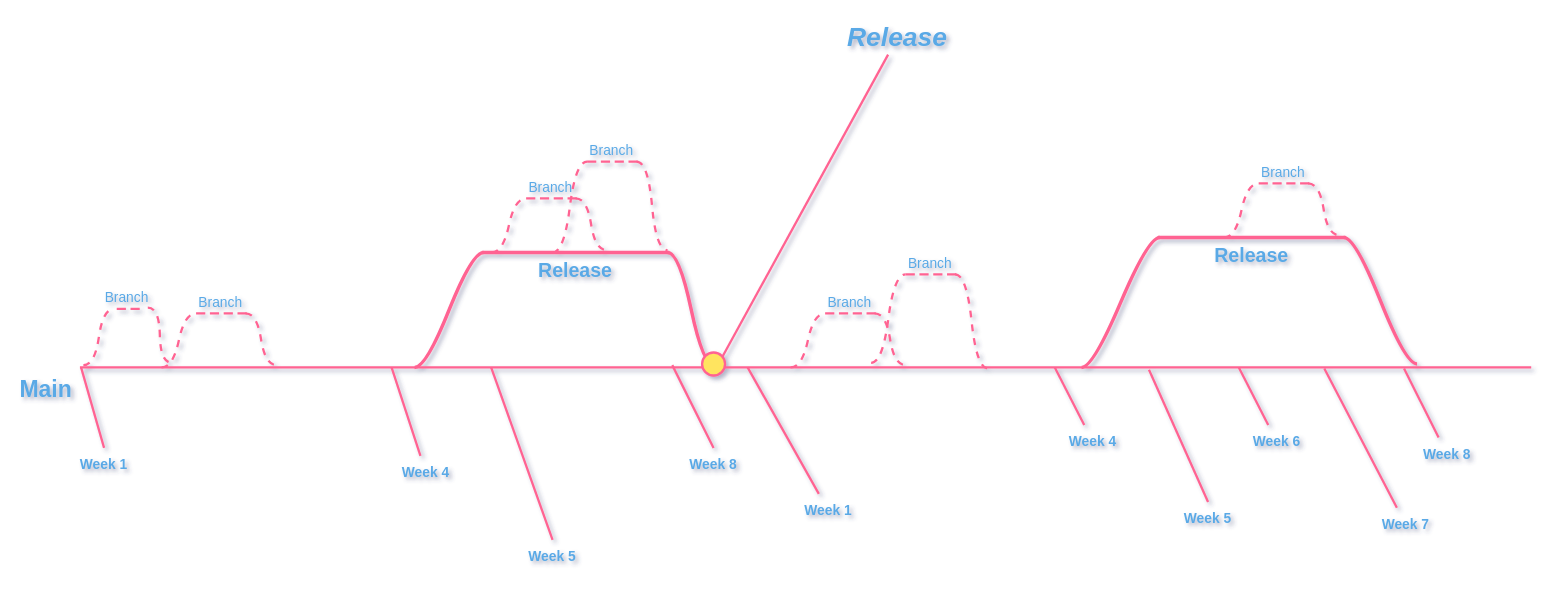
Above: release_schedule.drawio in j-motley/joy-lab (draw.io), before the change. Source tidied: cells renumbered, new cells numbered last; positions are measured from the earlier drawing's top-left corner, leaving out a move shared by most shapes. Both pictures are drawn from the tidied source at 115%, with x=0, y=0 at pixel (69, 20).
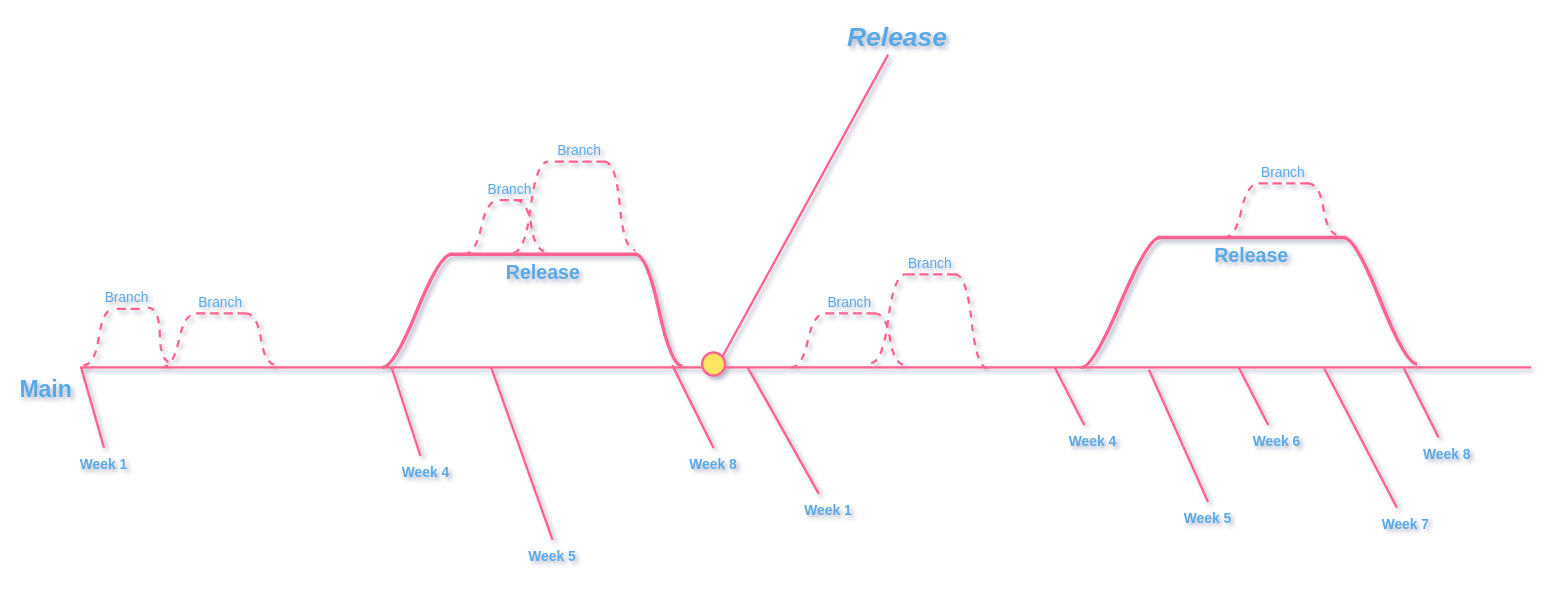
Above is the later version.

The change refers to these unchanged cells:
```xml
<mxCell id="53" style="ellipse;whiteSpace=wrap;html=1;shapeInside=1;strokeColor=light-dark(#FF6392,#0000FF);fontColor=#5AA9E6;fillColor=light-dark(#FFE45E,#00FF00);labelBackgroundColor=none;rounded=1;strokeWidth=2;" parent="1" vertex="1">
  <mxGeometry x="550" y="289" width="20" height="20" as="geometry" />
</mxCell>
```

What changed in the source:
```diff
@@
     <mxCell id="3" value="&lt;b&gt;&lt;font style=&quot;font-size: 17px;&quot;&gt;Release&lt;/font&gt;&lt;/b&gt;" style="whiteSpace=wrap;html=1;shape=partialRectangle;top=0;left=0;bottom=1;right=0;points=[[0,1],[1,1]];fillColor=none;align=center;verticalAlign=top;routingCenterY=0.5;snapToPoint=1;newEdgeStyle={&quot;edgeStyle&quot;:&quot;entityRelationEdgeStyle&quot;,&quot;startArrow&quot;:&quot;none&quot;,&quot;endArrow&quot;:&quot;none&quot;,&quot;segment&quot;:10,&quot;curved&quot;:1,&quot;sourcePerimeterSpacing&quot;:0,&quot;targetPerimeterSpacing&quot;:0};strokeWidth=3;labelBackgroundColor=none;strokeColor=#FF6392;fontColor=#5AA9E6;labelPosition=center;verticalLabelPosition=bottom;rounded=1;" parent="1" vertex="1">
-      <mxGeometry x="360" y="172" width="160" height="30" as="geometry" />
+      <mxGeometry x="332" y="170.5" width="160" height="33" as="geometry" />
     </mxCell>
     <mxCell id="4" style="edgeStyle=entityRelationEdgeStyle;startArrow=none;endArrow=none;segment=10;curved=1;sourcePerimeterSpacing=0;targetPerimeterSpacing=0;rounded=1;strokeWidth=3;labelBackgroundColor=none;fontColor=default;strokeColor=#FF6392;exitX=0.248;exitY=1;exitDx=0;exitDy=0;exitPerimeter=0;entryX=0;entryY=1;entryDx=0;entryDy=0;" parent="1" edge="1" target="3">
       <mxGeometry relative="1" as="geometry">
-        <mxPoint x="300" y="302" as="sourcePoint" />
+        <mxPoint x="272" y="302" as="sourcePoint" />
       </mxGeometry>
     </mxCell>
-    <mxCell id="5" style="edgeStyle=entityRelationEdgeStyle;startArrow=none;endArrow=none;segment=10;curved=1;sourcePerimeterSpacing=0;targetPerimeterSpacing=0;rounded=1;strokeWidth=3;exitX=1;exitY=1;exitDx=0;exitDy=0;labelBackgroundColor=none;fontColor=default;strokeColor=#FF6392;entryX=0.55;entryY=0.6;entryDx=0;entryDy=0;entryPerimeter=0;" parent="1" edge="1" source="3" target="53">
-      <mxGeometry relative="1" as="geometry" />
+    <mxCell id="5" style="edgeStyle=entityRelationEdgeStyle;startArrow=none;endArrow=none;segment=10;curved=1;sourcePerimeterSpacing=0;targetPerimeterSpacing=0;rounded=1;strokeWidth=3;exitX=1;exitY=1;exitDx=0;exitDy=0;labelBackgroundColor=none;fontColor=default;strokeColor=#FF6392;entryX=0.55;entryY=0.6;entryDx=0;entryDy=0;entryPerimeter=0;" parent="1" edge="1" source="3">
+      <mxGeometry relative="1" as="geometry">
+        <mxPoint x="533" y="301" as="targetPoint" />
+      </mxGeometry>
     </mxCell>
@@
     <mxCell id="37" style="edgeStyle=entityRelationEdgeStyle;startArrow=none;endArrow=none;segment=10;curved=1;sourcePerimeterSpacing=0;targetPerimeterSpacing=0;rounded=1;strokeWidth=2;labelBackgroundColor=none;fontColor=default;strokeColor=#FF6392;dashed=1;entryX=0;entryY=1;entryDx=0;entryDy=0;" parent="1" edge="1" target="39">
       <mxGeometry relative="1" as="geometry">
-        <mxPoint x="367" y="202" as="sourcePoint" />
+        <mxPoint x="343" y="203.5" as="sourcePoint" />
       </mxGeometry>
     </mxCell>
-    <mxCell id="38" style="edgeStyle=entityRelationEdgeStyle;startArrow=none;endArrow=none;segment=10;curved=1;sourcePerimeterSpacing=0;targetPerimeterSpacing=0;rounded=1;strokeWidth=2;labelBackgroundColor=none;fontColor=default;strokeColor=#FF6392;entryX=0.226;entryY=0.95;entryDx=0;entryDy=0;entryPerimeter=0;dashed=1;exitX=1;exitY=1;exitDx=0;exitDy=0;" parent="1" edge="1" source="39">
+    <mxCell id="38" style="edgeStyle=entityRelationEdgeStyle;startArrow=none;endArrow=none;segment=10;curved=1;sourcePerimeterSpacing=0;targetPerimeterSpacing=0;rounded=1;strokeWidth=2;labelBackgroundColor=none;fontColor=default;strokeColor=#FF6392;entryX=0.226;entryY=0.95;entryDx=0;entryDy=0;entryPerimeter=0;dashed=1;exitX=1;exitY=1;exitDx=0;exitDy=0;" parent="1" edge="1">
       <mxGeometry relative="1" as="geometry">
-        <mxPoint x="467" y="200" as="targetPoint" />
+        <mxPoint x="388" y="156.5" as="sourcePoint" />
+        <mxPoint x="415" y="201.5" as="targetPoint" />
       </mxGeometry>
     </mxCell>
     <mxCell id="39" value="Branch" style="whiteSpace=wrap;html=1;shape=partialRectangle;top=0;left=0;bottom=1;right=0;points=[[0,1],[1,1]];fillColor=none;align=center;verticalAlign=bottom;routingCenterY=0.5;snapToPoint=1;newEdgeStyle={&quot;edgeStyle&quot;:&quot;entityRelationEdgeStyle&quot;,&quot;startArrow&quot;:&quot;none&quot;,&quot;endArrow&quot;:&quot;none&quot;,&quot;segment&quot;:10,&quot;curved&quot;:1,&quot;sourcePerimeterSpacing&quot;:0,&quot;targetPerimeterSpacing&quot;:0};strokeWidth=2;labelBackgroundColor=none;labelBorderColor=none;textShadow=0;strokeColor=#FF6392;fontColor=#5AA9E6;dashed=1;rounded=1;" parent="1" vertex="1" collapsed="1">
-      <mxGeometry x="397" y="125" width="43" height="30" as="geometry" />
+      <mxGeometry x="373" y="126.5" width="20" height="30" as="geometry" />
     </mxCell>
-    <mxCell id="40" style="edgeStyle=entityRelationEdgeStyle;startArrow=none;endArrow=none;segment=10;curved=1;sourcePerimeterSpacing=0;targetPerimeterSpacing=0;rounded=1;strokeWidth=2;labelBackgroundColor=none;fontColor=default;strokeColor=#FF6392;dashed=1;entryX=0;entryY=1;entryDx=0;entryDy=0;" parent="1" edge="1" target="42">
+    <mxCell id="40" style="edgeStyle=entityRelationEdgeStyle;startArrow=none;endArrow=none;segment=10;curved=1;sourcePerimeterSpacing=0;targetPerimeterSpacing=0;rounded=1;strokeWidth=2;labelBackgroundColor=none;fontColor=default;strokeColor=#FF6392;dashed=1;entryX=0;entryY=1;entryDx=0;entryDy=0;" parent="1" edge="1">
       <mxGeometry relative="1" as="geometry">
-        <mxPoint x="420" y="202" as="sourcePoint" />
+        <mxPoint x="386" y="202" as="sourcePoint" />
+        <mxPoint x="416" y="123" as="targetPoint" />
       </mxGeometry>
     </mxCell>
     <mxCell id="41" style="edgeStyle=entityRelationEdgeStyle;startArrow=none;endArrow=none;segment=10;curved=1;sourcePerimeterSpacing=0;targetPerimeterSpacing=0;rounded=1;strokeWidth=2;labelBackgroundColor=none;fontColor=default;strokeColor=#FF6392;entryX=0.226;entryY=0.95;entryDx=0;entryDy=0;entryPerimeter=0;dashed=1;exitX=1;exitY=1;exitDx=0;exitDy=0;" parent="1" edge="1" source="42">
       <mxGeometry relative="1" as="geometry">
-        <mxPoint x="520" y="200" as="targetPoint" />
+        <mxPoint x="492" y="200" as="targetPoint" />
       </mxGeometry>
     </mxCell>
     <mxCell id="42" value="Branch" style="whiteSpace=wrap;html=1;shape=partialRectangle;top=0;left=0;bottom=1;right=0;points=[[0,1],[1,1]];fillColor=none;align=center;verticalAlign=bottom;routingCenterY=0.5;snapToPoint=1;newEdgeStyle={&quot;edgeStyle&quot;:&quot;entityRelationEdgeStyle&quot;,&quot;startArrow&quot;:&quot;none&quot;,&quot;endArrow&quot;:&quot;none&quot;,&quot;segment&quot;:10,&quot;curved&quot;:1,&quot;sourcePerimeterSpacing&quot;:0,&quot;targetPerimeterSpacing&quot;:0};strokeWidth=2;labelBackgroundColor=none;labelBorderColor=none;textShadow=0;strokeColor=#FF6392;fontColor=#5AA9E6;dashed=1;rounded=1;" parent="1" vertex="1" collapsed="1">
-      <mxGeometry x="450" y="93" width="43" height="30" as="geometry" />
+      <mxGeometry x="422" y="93" width="43" height="30" as="geometry" />
     </mxCell>
```
